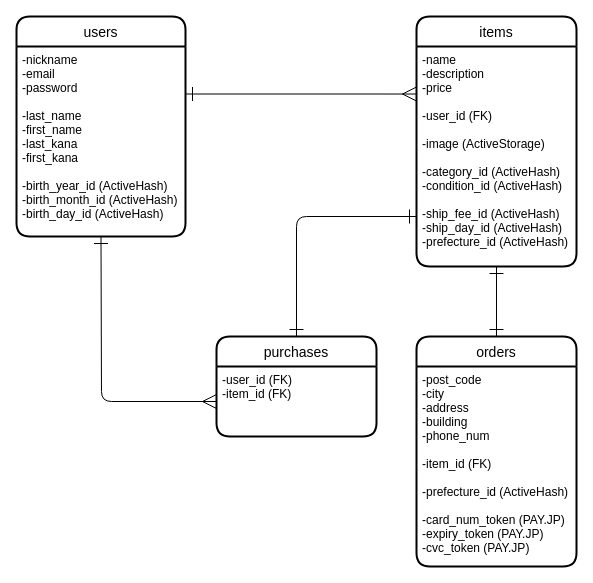
Above: ER.dio in avocado-don/furima-38963 (draw.io), before the change. Source tidied: cells renumbered, new cells numbered last; positions are measured from the earlier drawing's top-left corner, leaving out a move shared by most shapes. Both pictures are drawn from the tidied source at 100%, with x=0, y=0 at pixel (16, 16).
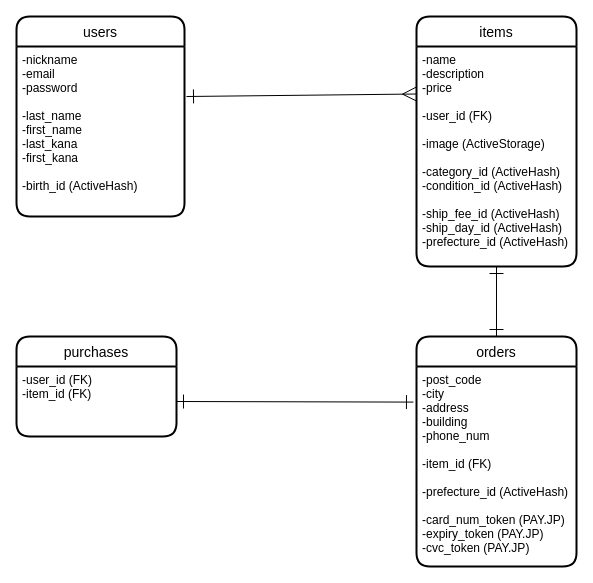
The same page after the edit.

Commit message (it also covers changes not shown here):
レビューの指摘箇所修正 #2

Diff of the diagram source:
```diff
@@
 <mxGraphModel>
   <root>
     <mxCell id="0" />
     <mxCell id="1" parent="0" />
     <mxCell id="2" value="users" style="swimlane;horizontal=1;startSize=30;rounded=1;fontSize=14;fontStyle=0;strokeWidth=2;shadow=0;dashed=0;align=center;" parent="1" vertex="1">
-      <mxGeometry width="169" height="220" as="geometry" />
+      <mxGeometry width="168" height="200" as="geometry" />
     </mxCell>
-    <mxCell id="3" value="-nickname&#10;-email&#10;-password&#10;&#10;-last_name&#10;-first_name&#10;-last_kana&#10;-first_kana&#10;&#10;-birth_year_id (ActiveHash)&#10;-birth_month_id (ActiveHash)&#10;-birth_day_id (ActiveHash)" style="align=left;strokeColor=none;fillColor=none;spacingLeft=4;fontSize=12;verticalAlign=top;" parent="2" vertex="1">
-      <mxGeometry y="30" width="169" height="190" as="geometry" />
+    <mxCell id="3" value="-nickname&#10;-email&#10;-password&#10;&#10;-last_name&#10;-first_name&#10;-last_kana&#10;-first_kana&#10;&#10;-birth_id (ActiveHash)" style="align=left;strokeColor=none;fillColor=none;spacingLeft=4;fontSize=12;verticalAlign=top;" parent="2" vertex="1">
+      <mxGeometry y="30" width="168" height="170" as="geometry" />
     </mxCell>
     <mxCell id="4" value="items" style="swimlane;horizontal=1;startSize=30;rounded=1;fontSize=14;fontStyle=0;strokeWidth=2;shadow=0;dashed=0;align=center;" parent="1" vertex="1">
       <mxGeometry x="400" width="160" height="250" as="geometry" />
     </mxCell>
     <mxCell id="5" value="-name&#10;-description&#10;-price&#10;&#10;-user_id (FK)&#10;&#10;-image (ActiveStorage)&#10;&#10;-category_id (ActiveHash)&#10;-condition_id (ActiveHash)&#10;&#10;-ship_fee_id (ActiveHash)&#10;-ship_day_id (ActiveHash)&#10;-prefecture_id (ActiveHash)" style="align=left;strokeColor=none;fillColor=none;spacingLeft=4;fontSize=12;verticalAlign=top;" parent="4" vertex="1">
       <mxGeometry y="30" width="160" height="220" as="geometry" />
     </mxCell>
     <mxCell id="6" style="edgeStyle=none;html=1;entryX=0.5;entryY=1;entryDx=0;entryDy=0;startArrow=ERone;startFill=0;endArrow=ERone;endFill=0;startSize=12;endSize=12;" parent="1" edge="1" source="7" target="5">
       <mxGeometry relative="1" as="geometry" />
     </mxCell>
     <mxCell id="7" value="orders" style="swimlane;horizontal=1;startSize=30;rounded=1;fontSize=14;fontStyle=0;strokeWidth=2;shadow=0;dashed=0;align=center;" parent="1" vertex="1">
       <mxGeometry x="400" y="320" width="160" height="230" as="geometry" />
     </mxCell>
     <mxCell id="8" value="-post_code&#10;-city&#10;-address&#10;-building&#10;-phone_num&#10;&#10;-item_id (FK)&#10;&#10;-prefecture_id (ActiveHash)&#10;&#10;-card_num_token (PAY.JP)&#10;-expiry_token (PAY.JP)&#10;-cvc_token (PAY.JP)" style="align=left;strokeColor=none;fillColor=none;spacingLeft=4;fontSize=12;verticalAlign=top;" parent="7" vertex="1">
       <mxGeometry y="30" width="160" height="200" as="geometry" />
     </mxCell>
-    <mxCell id="9" style="edgeStyle=none;html=1;exitX=1;exitY=0.25;exitDx=0;exitDy=0;entryX=0;entryY=0.216;entryDx=0;entryDy=0;entryPerimeter=0;startArrow=ERone;startFill=0;endArrow=ERmany;endFill=0;endSize=12;startSize=12;" parent="1" edge="1" source="3" target="5">
-      <mxGeometry relative="1" as="geometry" />
+    <mxCell id="9" style="edgeStyle=none;html=1;entryX=0;entryY=0.216;entryDx=0;entryDy=0;entryPerimeter=0;startArrow=ERone;startFill=0;endArrow=ERmany;endFill=0;endSize=12;startSize=12;" parent="1" edge="1" target="5">
+      <mxGeometry relative="1" as="geometry">
+        <mxPoint x="170" y="80" as="sourcePoint" />
+      </mxGeometry>
     </mxCell>
     <mxCell id="10" value="purchases" style="swimlane;horizontal=1;startSize=30;rounded=1;fontSize=14;fontStyle=0;strokeWidth=2;shadow=0;dashed=0;align=center;" parent="1" vertex="1">
-      <mxGeometry x="200" y="320" width="160" height="100" as="geometry" />
+      <mxGeometry y="320" width="160" height="100" as="geometry" />
     </mxCell>
     <mxCell id="11" value="-user_id (FK)&#10;-item_id (FK)&#10;" style="align=left;strokeColor=none;fillColor=none;spacingLeft=4;fontSize=12;verticalAlign=top;" parent="10" vertex="1">
       <mxGeometry y="30" width="160" height="70" as="geometry" />
     </mxCell>
-    <mxCell id="12" style="edgeStyle=none;html=1;exitX=0.5;exitY=1;exitDx=0;exitDy=0;entryX=0;entryY=0.5;entryDx=0;entryDy=0;startArrow=ERone;startFill=0;endArrow=ERmany;endFill=0;startSize=12;endSize=12;" parent="1" edge="1" source="3" target="11">
-      <mxGeometry relative="1" as="geometry">
-        <Array as="points">
-          <mxPoint x="85" y="385" />
-        </Array>
-      </mxGeometry>
-    </mxCell>
-    <mxCell id="13" style="edgeStyle=none;html=1;entryX=0.5;entryY=0;entryDx=0;entryDy=0;startArrow=ERone;startFill=0;endArrow=ERone;endFill=0;startSize=12;endSize=12;" parent="1" edge="1" target="10">
-      <mxGeometry relative="1" as="geometry">
-        <mxPoint x="400" y="200" as="sourcePoint" />
-        <Array as="points">
-          <mxPoint x="280" y="200" />
-        </Array>
-      </mxGeometry>
-    </mxCell>
+    <mxCell id="14" style="edgeStyle=none;html=1;exitX=1;exitY=0.5;exitDx=0;exitDy=0;entryX=-0.019;entryY=0.178;entryDx=0;entryDy=0;entryPerimeter=0;startArrow=ERone;startFill=0;endArrow=ERone;endFill=0;startSize=12;endSize=12;" parent="1" edge="1" source="11" target="8">
+      <mxGeometry relative="1" as="geometry" />
+    </mxCell>
   </root>
 </mxGraphModel>
```
